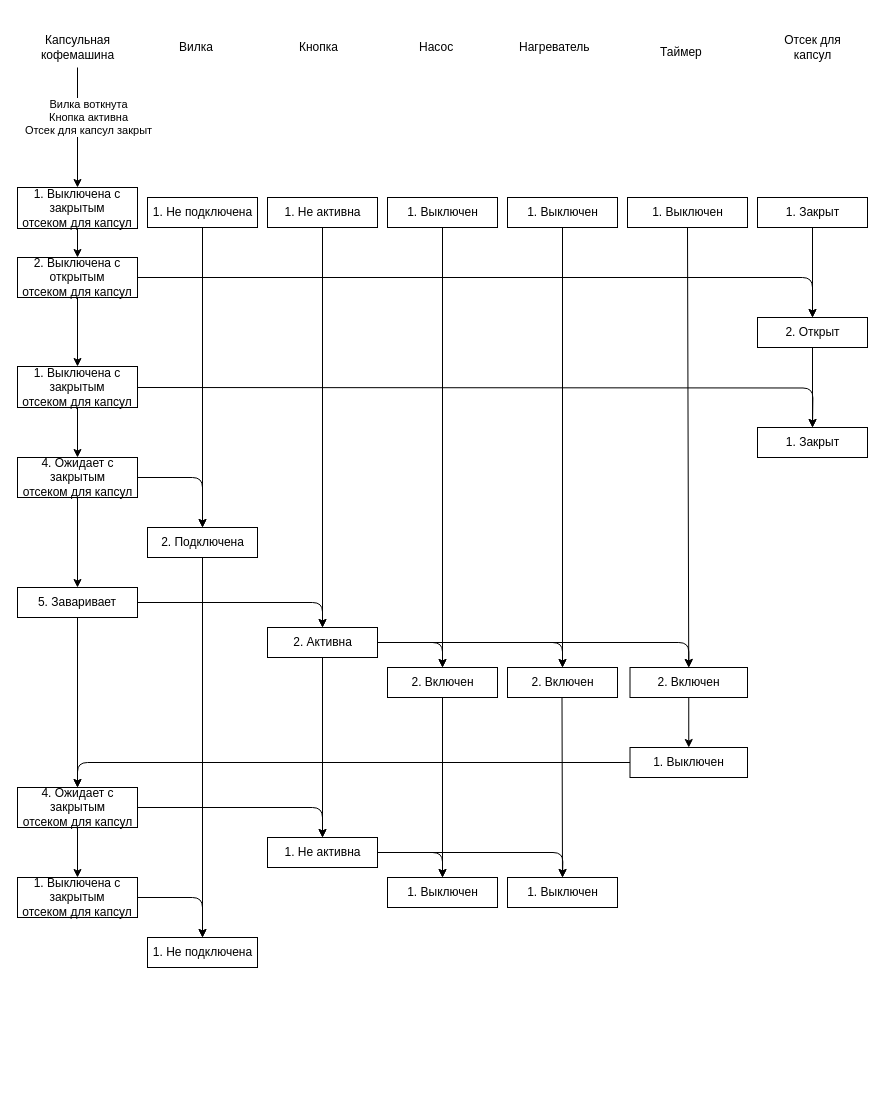
Before: page "Каналы Управления" (4 of 6) of OOP/5/5.drawio in A-Alaxov/4_sem, a draw.io diagram. Source tidied: cells renumbered, new cells numbered last; positions are measured from the earlier drawing's top-left corner, leaving out a move shared by most shapes. Both pictures are drawn from the tidied source at 100%, with x=0, y=0 at pixel (17, 32).
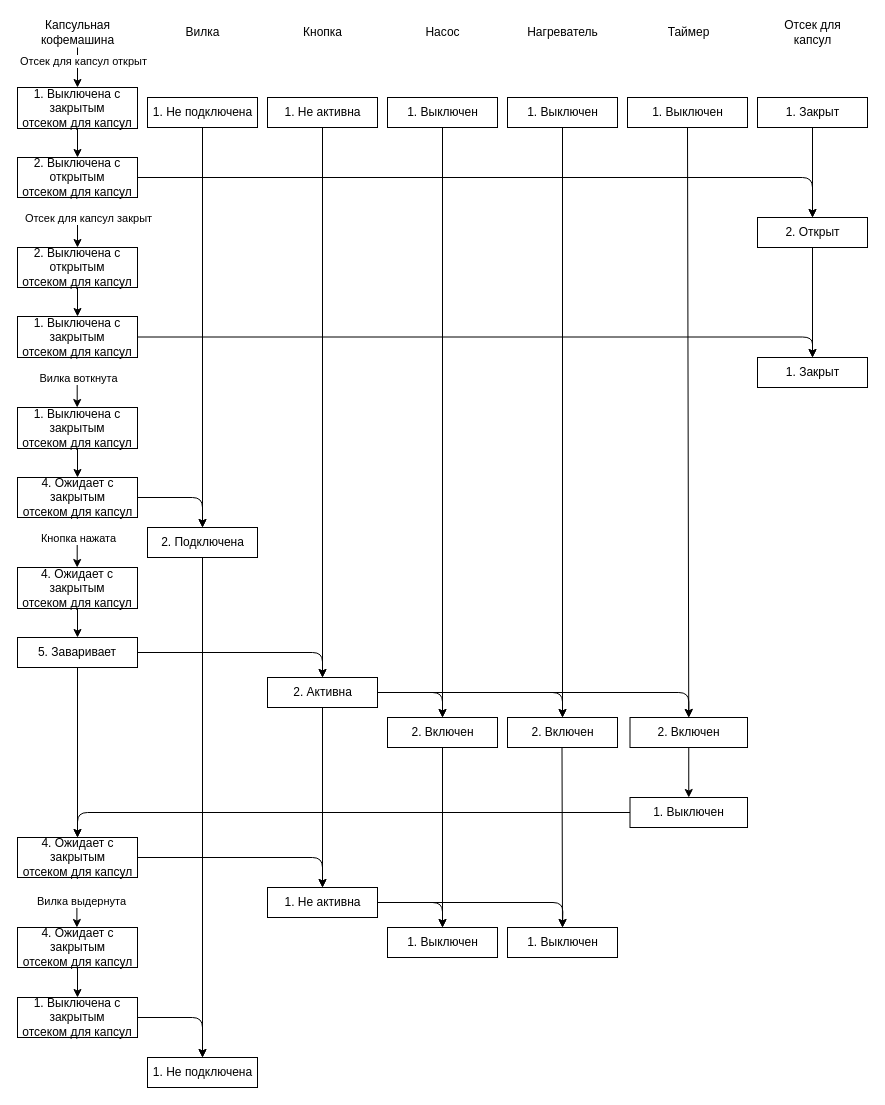
After the change.

The edit, as a diff of the source:
```diff
@@
     <mxCell id="2" value="Капсульная&lt;br&gt;кофемашина" style="text;html=1;align=center;verticalAlign=middle;strokeColor=none;" parent="1" vertex="1">
-      <mxGeometry x="15" width="90" height="30" as="geometry" />
+      <mxGeometry x="15" y="-15" width="90" height="30" as="geometry" />
     </mxCell>
-    <mxCell id="3" value="Вилка" style="text;html=1;align=left;verticalAlign=middle;strokeColor=none;" parent="1" vertex="1">
-      <mxGeometry x="160" y="5" width="50" height="20" as="geometry" />
+    <mxCell id="3" value="Вилка" style="text;html=1;align=center;verticalAlign=middle;strokeColor=none;" parent="1" vertex="1">
+      <mxGeometry x="160" y="-10" width="50" height="20" as="geometry" />
     </mxCell>
-    <mxCell id="4" value="Кнопка" style="text;html=1;align=left;verticalAlign=middle;strokeColor=none;" parent="1" vertex="1">
-      <mxGeometry x="280" y="5" width="50" height="20" as="geometry" />
+    <mxCell id="4" value="Кнопка" style="text;html=1;align=center;verticalAlign=middle;strokeColor=none;" parent="1" vertex="1">
+      <mxGeometry x="280" y="-10" width="50" height="20" as="geometry" />
     </mxCell>
-    <mxCell id="5" value="Насос" style="text;html=1;align=left;verticalAlign=middle;strokeColor=none;" parent="1" vertex="1">
-      <mxGeometry x="400" y="5" width="50" height="20" as="geometry" />
+    <mxCell id="5" value="Насос" style="text;html=1;align=center;verticalAlign=middle;strokeColor=none;" parent="1" vertex="1">
+      <mxGeometry x="400" y="-10" width="50" height="20" as="geometry" />
     </mxCell>
-    <mxCell id="6" value="Нагреватель" style="text;html=1;align=left;verticalAlign=middle;strokeColor=none;" parent="1" vertex="1">
-      <mxGeometry x="500" y="5" width="90" height="20" as="geometry" />
+    <mxCell id="6" value="Нагреватель" style="text;html=1;align=center;verticalAlign=middle;strokeColor=none;" parent="1" vertex="1">
+      <mxGeometry x="500" y="-10" width="90" height="20" as="geometry" />
     </mxCell>
-    <mxCell id="7" value="Таймер" style="text;html=1;align=left;verticalAlign=middle;strokeColor=none;" parent="1" vertex="1">
-      <mxGeometry x="641.2" y="10" width="60" height="20" as="geometry" />
+    <mxCell id="7" value="Таймер" style="text;html=1;align=center;verticalAlign=middle;strokeColor=none;" parent="1" vertex="1">
+      <mxGeometry x="641.2" y="-10" width="60" height="20" as="geometry" />
     </mxCell>
     <mxCell id="8" value="Отсек для&lt;br&gt;капсул" style="text;html=1;align=center;verticalAlign=middle;strokeColor=none;" parent="1" vertex="1">
-      <mxGeometry x="760" width="70" height="30" as="geometry" />
+      <mxGeometry x="760" y="-15" width="70" height="30" as="geometry" />
     </mxCell>
     <mxCell id="9" style="endArrow=classic;html=1;entryX=0.5;entryY=0;entryDx=0;entryDy=0;" parent="1" edge="1" target="11">
       <mxGeometry relative="1" as="geometry">
-        <mxPoint x="60" y="35" as="sourcePoint" />
+        <mxPoint x="60" y="15" as="sourcePoint" />
       </mxGeometry>
     </mxCell>
-    <mxCell id="10" value="&lt;div&gt;Вилка воткнута&lt;/div&gt;&lt;div&gt;Кнопка активна&lt;/div&gt;&lt;div&gt;Отсек для капсул закрыт&lt;/div&gt;" style="edgeLabel;html=1;align=center;verticalAlign=middle;" parent="9" vertex="1">
+    <mxCell id="10" value="&lt;div&gt;Отсек для капсул открыт&lt;/div&gt;" style="edgeLabel;html=1;align=center;verticalAlign=middle;" parent="9" vertex="1">
       <mxGeometry x="-0.46" y="-1" relative="1" as="geometry">
-        <mxPoint x="11" y="17" as="offset" />
+        <mxPoint x="6" y="2" as="offset" />
       </mxGeometry>
     </mxCell>
     <mxCell id="11" value="&lt;font style=&quot;font-size: 12px&quot;&gt;&lt;font style=&quot;font-size: 12px&quot;&gt;1. Выключена с закрытым&lt;br&gt;отсеком для капсул&lt;br&gt;&lt;/font&gt;&lt;/font&gt;" style="rounded=0;whiteSpace=wrap;html=1;" parent="1" vertex="1">
-      <mxGeometry y="155" width="120" height="41" as="geometry" />
+      <mxGeometry y="55" width="120" height="41" as="geometry" />
     </mxCell>
     <mxCell id="12" value="1. Не подключена" style="html=1;" parent="1" vertex="1">
-      <mxGeometry x="130" y="165" width="110" height="30" as="geometry" />
+      <mxGeometry x="130" y="65" width="110" height="30" as="geometry" />
     </mxCell>
     <mxCell id="13" value="1. Не активна" style="html=1;" parent="1" vertex="1">
-      <mxGeometry x="250" y="165" width="110" height="30" as="geometry" />
+      <mxGeometry x="250" y="65" width="110" height="30" as="geometry" />
     </mxCell>
     <mxCell id="14" value="1. Выключен" style="html=1;" parent="1" vertex="1">
-      <mxGeometry x="370" y="165" width="110" height="30" as="geometry" />
+      <mxGeometry x="370" y="65" width="110" height="30" as="geometry" />
     </mxCell>
     <mxCell id="15" value="1. Выключен" style="html=1;" parent="1" vertex="1">
-      <mxGeometry x="610" y="165" width="120" height="30" as="geometry" />
+      <mxGeometry x="610" y="65" width="120" height="30" as="geometry" />
     </mxCell>
     <mxCell id="16" value="1. Закрыт" style="html=1;" parent="1" vertex="1">
-      <mxGeometry x="740" y="165" width="110" height="30" as="geometry" />
+      <mxGeometry x="740" y="65" width="110" height="30" as="geometry" />
     </mxCell>
     <mxCell id="17" value="&lt;font style=&quot;font-size: 12px&quot;&gt;&lt;font style=&quot;font-size: 12px&quot;&gt;2. Выключена с открытым&lt;br&gt;отсеком для капсул&lt;br&gt;&lt;/font&gt;&lt;/font&gt;" style="rounded=0;whiteSpace=wrap;html=1;" parent="1" vertex="1">
-      <mxGeometry y="225" width="120" height="40" as="geometry" />
+      <mxGeometry y="125" width="120" height="40" as="geometry" />
     </mxCell>
@@
     <mxCell id="19" value="2. Открыт" style="html=1;" parent="1" vertex="1">
-      <mxGeometry x="740" y="285" width="110" height="30" as="geometry" />
+      <mxGeometry x="740" y="185" width="110" height="30" as="geometry" />
     </mxCell>
@@
     <mxCell id="23" value="4. Ожидает с&lt;br&gt;закрытым&lt;br&gt;отсеком для капсул" style="html=1;" parent="1" vertex="1">
-      <mxGeometry y="425" width="120" height="40" as="geometry" />
+      <mxGeometry y="445" width="120" height="40" as="geometry" />
     </mxCell>
@@
     <mxCell id="25" value="2. Активна" style="html=1;" parent="1" vertex="1">
-      <mxGeometry x="250" y="595" width="110" height="30" as="geometry" />
+      <mxGeometry x="250" y="645" width="110" height="30" as="geometry" />
     </mxCell>
     <mxCell id="26" value="2. Включен" style="html=1;" parent="1" vertex="1">
-      <mxGeometry x="370" y="635" width="110" height="30" as="geometry" />
+      <mxGeometry x="370" y="685" width="110" height="30" as="geometry" />
     </mxCell>
@@
     <mxCell id="29" value="5. Заваривает" style="rounded=0;whiteSpace=wrap;html=1;" parent="1" vertex="1">
-      <mxGeometry y="555" width="120" height="30" as="geometry" />
+      <mxGeometry y="605" width="120" height="30" as="geometry" />
     </mxCell>
-    <mxCell id="30" style="endArrow=classic;html=1;exitX=0.5;exitY=1;exitDx=0;exitDy=0;entryX=0.5;entryY=0;entryDx=0;entryDy=0;" parent="1" edge="1" source="23" target="29">
+    <mxCell id="30" style="endArrow=classic;html=1;exitX=0.5;exitY=1;exitDx=0;exitDy=0;entryX=0.5;entryY=0;entryDx=0;entryDy=0;" parent="1" edge="1" source="74" target="29">
       <mxGeometry relative="1" as="geometry" />
     </mxCell>
@@
     <mxCell id="32" value="2. Включен" style="html=1;" parent="1" vertex="1">
-      <mxGeometry x="612.5" y="635" width="117.5" height="30" as="geometry" />
+      <mxGeometry x="612.5" y="685" width="117.5" height="30" as="geometry" />
     </mxCell>
@@
     <mxCell id="34" value="4. Ожидает с&lt;br&gt;закрытым&lt;br&gt;отсеком для капсул" style="html=1;" parent="1" vertex="1">
-      <mxGeometry y="755" width="120" height="40" as="geometry" />
+      <mxGeometry y="805" width="120" height="40" as="geometry" />
     </mxCell>
@@
     <mxCell id="36" value="1. Не активна" style="html=1;" parent="1" vertex="1">
-      <mxGeometry x="250" y="805" width="110" height="30" as="geometry" />
+      <mxGeometry x="250" y="855" width="110" height="30" as="geometry" />
     </mxCell>
@@
     <mxCell id="38" value="1. Выключен" style="html=1;" parent="1" vertex="1">
-      <mxGeometry x="612.5" y="715" width="117.5" height="30" as="geometry" />
+      <mxGeometry x="612.5" y="765" width="117.5" height="30" as="geometry" />
     </mxCell>
@@
     <mxCell id="40" value="1. Выключен" style="html=1;" parent="1" vertex="1">
-      <mxGeometry x="370" y="845" width="110" height="30" as="geometry" />
+      <mxGeometry x="370" y="895" width="110" height="30" as="geometry" />
     </mxCell>
@@
     <mxCell id="44" value="1. Не подключена" style="html=1;" parent="1" vertex="1">
-      <mxGeometry x="130" y="905" width="110" height="30" as="geometry" />
+      <mxGeometry x="130" y="1025" width="110" height="30" as="geometry" />
     </mxCell>
@@
     <mxCell id="46" value="&lt;font style=&quot;font-size: 12px&quot;&gt;&lt;font style=&quot;font-size: 12px&quot;&gt;1. Выключена с закрытым&lt;br&gt;отсеком для капсул&lt;br&gt;&lt;/font&gt;&lt;/font&gt;" style="rounded=0;whiteSpace=wrap;html=1;" parent="1" vertex="1">
-      <mxGeometry y="845" width="120" height="40" as="geometry" />
+      <mxGeometry y="965" width="120" height="40" as="geometry" />
     </mxCell>
-    <mxCell id="47" style="endArrow=classic;html=1;exitX=0.5;exitY=1;exitDx=0;exitDy=0;entryX=0.5;entryY=0;entryDx=0;entryDy=0;" parent="1" edge="1" source="34" target="46">
+    <mxCell id="47" style="endArrow=classic;html=1;exitX=0.5;exitY=1;exitDx=0;exitDy=0;entryX=0.5;entryY=0;entryDx=0;entryDy=0;exitPerimeter=0;" parent="1" edge="1" source="77" target="46">
       <mxGeometry relative="1" as="geometry" />
     </mxCell>
@@
     <mxCell id="52" value="1. Выключен" style="html=1;" parent="1" vertex="1">
-      <mxGeometry x="490" y="165" width="110" height="30" as="geometry" />
+      <mxGeometry x="490" y="65" width="110" height="30" as="geometry" />
     </mxCell>
     <mxCell id="53" value="2. Включен" style="html=1;" parent="1" vertex="1">
-      <mxGeometry x="490" y="635" width="110" height="30" as="geometry" />
+      <mxGeometry x="490" y="685" width="110" height="30" as="geometry" />
     </mxCell>
     <mxCell id="54" value="1. Выключен" style="html=1;" parent="1" vertex="1">
-      <mxGeometry x="490" y="845" width="110" height="30" as="geometry" />
+      <mxGeometry x="490" y="895" width="110" height="30" as="geometry" />
     </mxCell>
@@
     <mxCell id="57" value="1. Закрыт" style="html=1;" parent="1" vertex="1">
-      <mxGeometry x="740" y="395" width="110" height="30" as="geometry" />
+      <mxGeometry x="740" y="325" width="110" height="30" as="geometry" />
     </mxCell>
@@
     <mxCell id="59" value="&lt;font style=&quot;font-size: 12px&quot;&gt;&lt;font style=&quot;font-size: 12px&quot;&gt;1. Выключена с закрытым&lt;br&gt;отсеком для капсул&lt;br&gt;&lt;/font&gt;&lt;/font&gt;" style="rounded=0;whiteSpace=wrap;html=1;" parent="1" vertex="1">
-      <mxGeometry y="334" width="120" height="41" as="geometry" />
+      <mxGeometry y="284" width="120" height="41" as="geometry" />
     </mxCell>
-    <mxCell id="60" style="endArrow=classic;html=1;exitX=1;exitY=0.5;exitDx=0;exitDy=0;entryX=0.5;entryY=0;entryDx=0;entryDy=0;edgeStyle=orthogonalEdgeStyle;" parent="1" edge="1">
-      <mxGeometry relative="1" as="geometry">
-        <mxPoint x="120" y="355" as="sourcePoint" />
-        <mxPoint x="795" y="395" as="targetPoint" />
-      </mxGeometry>
+    <mxCell id="60" style="endArrow=classic;html=1;exitX=1;exitY=0.5;exitDx=0;exitDy=0;entryX=0.5;entryY=0;entryDx=0;entryDy=0;edgeStyle=orthogonalEdgeStyle;" parent="1" edge="1" source="59" target="57">
+      <mxGeometry relative="1" as="geometry" />
     </mxCell>
-    <mxCell id="61" style="endArrow=classic;html=1;exitX=0.5;exitY=1;exitDx=0;exitDy=0;entryX=0.5;entryY=0;entryDx=0;entryDy=0;" parent="1" edge="1" source="17" target="59">
+    <mxCell id="61" style="endArrow=classic;html=1;exitX=0.5;exitY=1;exitDx=0;exitDy=0;entryX=0.5;entryY=0;entryDx=0;entryDy=0;" parent="1" edge="1" source="68" target="59">
       <mxGeometry relative="1" as="geometry" />
     </mxCell>
-    <mxCell id="62" style="endArrow=classic;html=1;exitX=0.5;exitY=1;exitDx=0;exitDy=0;entryX=0.5;entryY=0;entryDx=0;entryDy=0;" parent="1" edge="1" source="59" target="23">
+    <mxCell id="62" style="endArrow=classic;html=1;exitX=0.5;exitY=1;exitDx=0;exitDy=0;entryX=0.5;entryY=0;entryDx=0;entryDy=0;" parent="1" edge="1" source="71" target="23">
       <mxGeometry relative="1" as="geometry" />
     </mxCell>
@@
     <mxCell id="65" style="endArrow=classic;html=1;exitX=1;exitY=0.5;exitDx=0;exitDy=0;edgeStyle=orthogonalEdgeStyle;" parent="1" edge="1" source="36">
       <mxGeometry relative="1" as="geometry">
-        <mxPoint x="545" y="845" as="targetPoint" />
+        <mxPoint x="545" y="895" as="targetPoint" />
       </mxGeometry>
     </mxCell>
@@
     <mxCell id="67" style="endArrow=classic;html=1;exitX=0.5;exitY=1;exitDx=0;exitDy=0;entryX=0.5;entryY=0;entryDx=0;entryDy=0;" parent="1" edge="1" target="54">
       <mxGeometry relative="1" as="geometry">
-        <mxPoint x="544.5" y="665" as="sourcePoint" />
+        <mxPoint x="544.5" y="715" as="sourcePoint" />
       </mxGeometry>
     </mxCell>
+    <mxCell id="68" value="&lt;font style=&quot;font-size: 12px&quot;&gt;&lt;font style=&quot;font-size: 12px&quot;&gt;2. Выключена с открытым&lt;br&gt;отсеком для капсул&lt;br&gt;&lt;/font&gt;&lt;/font&gt;" style="rounded=0;whiteSpace=wrap;html=1;" parent="1" vertex="1">
+      <mxGeometry y="215" width="120" height="40" as="geometry" />
+    </mxCell>
+    <mxCell id="69" style="endArrow=classic;html=1;entryX=0.5;entryY=0;entryDx=0;entryDy=0;" parent="1" edge="1" target="68">
+      <mxGeometry relative="1" as="geometry">
+        <mxPoint x="60" y="185" as="sourcePoint" />
+      </mxGeometry>
+    </mxCell>
+    <mxCell id="70" value="&lt;div&gt;Отсек для капсул закрыт&lt;/div&gt;" style="edgeLabel;html=1;align=center;verticalAlign=middle;" parent="1" vertex="1">
+      <mxGeometry x="70" y="185" as="geometry" />
+    </mxCell>
+    <mxCell id="71" value="&lt;font style=&quot;font-size: 12px&quot;&gt;&lt;font style=&quot;font-size: 12px&quot;&gt;1. Выключена с закрытым&lt;br&gt;отсеком для капсул&lt;br&gt;&lt;/font&gt;&lt;/font&gt;" style="rounded=0;whiteSpace=wrap;html=1;" parent="1" vertex="1">
+      <mxGeometry y="375" width="120" height="41" as="geometry" />
+    </mxCell>
+    <mxCell id="72" style="endArrow=classic;html=1;entryX=0.5;entryY=0;entryDx=0;entryDy=0;" parent="1" edge="1">
+      <mxGeometry relative="1" as="geometry">
+        <mxPoint x="59.7" y="345" as="sourcePoint" />
+        <mxPoint x="59.7" y="375" as="targetPoint" />
+      </mxGeometry>
+    </mxCell>
+    <mxCell id="73" value="&lt;div&gt;Вилка воткнута&lt;/div&gt;" style="edgeLabel;html=1;align=center;verticalAlign=middle;" parent="1" vertex="1">
+      <mxGeometry x="60" y="345" as="geometry" />
+    </mxCell>
+    <mxCell id="74" value="&lt;font style=&quot;font-size: 12px&quot;&gt;&lt;font style=&quot;font-size: 12px&quot;&gt;&lt;span&gt;4. Ожидает с&lt;/span&gt;&lt;br&gt;&lt;span&gt;закрытым&lt;/span&gt;&lt;br&gt;&lt;span&gt;отсеком для капсул&lt;/span&gt;&lt;br&gt;&lt;/font&gt;&lt;/font&gt;" style="rounded=0;whiteSpace=wrap;html=1;" parent="1" vertex="1">
+      <mxGeometry y="535" width="120" height="41" as="geometry" />
+    </mxCell>
+    <mxCell id="75" style="endArrow=classic;html=1;entryX=0.5;entryY=0;entryDx=0;entryDy=0;" parent="1" edge="1">
+      <mxGeometry relative="1" as="geometry">
+        <mxPoint x="59.7" y="505" as="sourcePoint" />
+        <mxPoint x="59.7" y="535" as="targetPoint" />
+      </mxGeometry>
+    </mxCell>
+    <mxCell id="76" value="&lt;div&gt;Кнопка нажата&lt;/div&gt;" style="edgeLabel;html=1;align=center;verticalAlign=middle;" parent="1" vertex="1">
+      <mxGeometry x="60" y="505" as="geometry" />
+    </mxCell>
+    <mxCell id="77" value="4. Ожидает с&lt;br&gt;закрытым&lt;br&gt;отсеком для капсул" style="html=1;" parent="1" vertex="1">
+      <mxGeometry y="895" width="120" height="40" as="geometry" />
+    </mxCell>
+    <mxCell id="78" style="endArrow=classic;html=1;entryX=0.5;entryY=0;entryDx=0;entryDy=0;" parent="1" edge="1">
+      <mxGeometry relative="1" as="geometry">
+        <mxPoint x="59.4" y="865" as="sourcePoint" />
+        <mxPoint x="59.4" y="895" as="targetPoint" />
+      </mxGeometry>
+    </mxCell>
+    <mxCell id="79" value="&lt;div&gt;Вилка выдернута&lt;/div&gt;" style="edgeLabel;html=1;align=center;verticalAlign=middle;" parent="1" vertex="1">
+      <mxGeometry x="70" y="870" as="geometry">
+        <mxPoint x="-7" y="-2" as="offset" />
+      </mxGeometry>
+    </mxCell>
```
